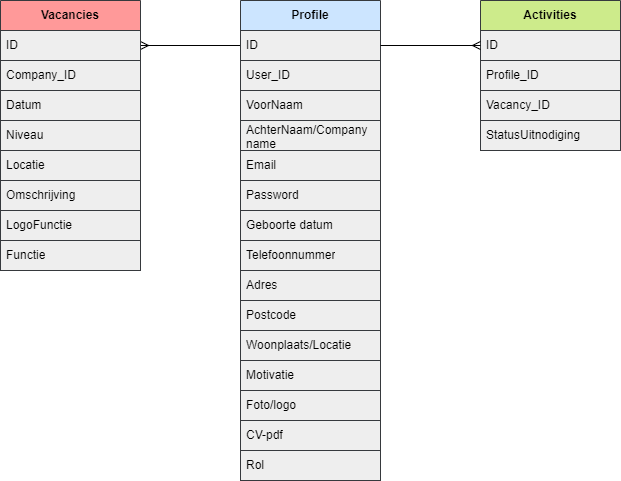
Earlier version of the draw.io export documents/erd/VAC-ERD-Uitgewerkt-gegevensmodel-AS-v3.png (AaronSaya/educom-symfony-1690191754). Source tidied: cells renumbered, new cells last; positions are measured from the earlier drawing's top-left corner, leaving out a move shared by most shapes.
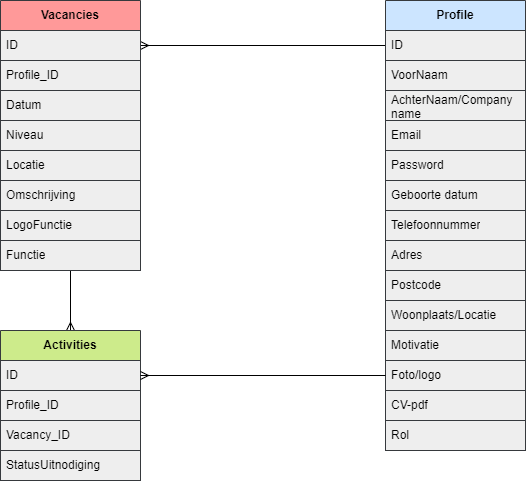
The same file after the commit.

Change to the diagram source:
```diff
@@ -6,60 +6,60 @@
       <mxGeometry relative="1" as="geometry" />
     </mxCell>
     <mxCell id="3" value="Profile" style="swimlane;fontStyle=1;horizontal=1;startSize=30;whiteSpace=wrap;html=1;rounded=0;labelBackgroundColor=none;labelBorderColor=none;fillColor=#cce5ff;strokeColor=#36393d;fontColor=#000000;" parent="1" vertex="1">
-      <mxGeometry x="240" width="140" height="480" as="geometry" />
+      <mxGeometry x="385" width="140" height="450" as="geometry" />
     </mxCell>
     <mxCell id="4" value="ID" style="text;strokeColor=#36393d;fillColor=#eeeeee;align=left;verticalAlign=middle;spacingLeft=4;spacingRight=4;overflow=hidden;points=[[0,0.5],[1,0.5]];portConstraint=eastwest;whiteSpace=wrap;html=1;rounded=0;labelBackgroundColor=none;labelBorderColor=none;fontColor=#000000;" parent="3" vertex="1">
       <mxGeometry y="30" width="140" height="30" as="geometry" />
     </mxCell>
-    <mxCell id="5" value="User_ID" style="text;strokeColor=#36393d;fillColor=#eeeeee;align=left;verticalAlign=middle;spacingLeft=4;spacingRight=4;overflow=hidden;whiteSpace=wrap;html=1;rounded=0;labelBackgroundColor=none;labelBorderColor=none;fontColor=#000000;" parent="3" vertex="1">
-      <mxGeometry y="60" width="140" height="30" as="geometry" />
-    </mxCell>
     <mxCell id="6" value="VoorNaam" style="text;strokeColor=#36393d;fillColor=#eeeeee;align=left;verticalAlign=middle;spacingLeft=4;spacingRight=4;overflow=hidden;whiteSpace=wrap;html=1;rounded=0;labelBackgroundColor=none;labelBorderColor=none;fontColor=#000000;" parent="3" vertex="1">
-      <mxGeometry y="90" width="140" height="30" as="geometry" />
+      <mxGeometry y="60" width="140" height="30" as="geometry" />
     </mxCell>
     <mxCell id="7" value="AchterNaam/Company name" style="text;strokeColor=#36393d;fillColor=#eeeeee;align=left;verticalAlign=middle;spacingLeft=4;spacingRight=4;overflow=hidden;whiteSpace=wrap;html=1;rounded=0;labelBackgroundColor=none;labelBorderColor=none;fontColor=#000000;" parent="3" vertex="1">
-      <mxGeometry y="120" width="140" height="30" as="geometry" />
+      <mxGeometry y="90" width="140" height="30" as="geometry" />
     </mxCell>
     <mxCell id="8" value="Email" style="text;strokeColor=#36393d;fillColor=#eeeeee;align=left;verticalAlign=middle;spacingLeft=4;spacingRight=4;overflow=hidden;whiteSpace=wrap;html=1;rounded=0;labelBackgroundColor=none;labelBorderColor=none;fontColor=#000000;" parent="3" vertex="1">
-      <mxGeometry y="150" width="140" height="30" as="geometry" />
+      <mxGeometry y="120" width="140" height="30" as="geometry" />
     </mxCell>
     <mxCell id="9" value="Password" style="text;strokeColor=#36393d;fillColor=#eeeeee;align=left;verticalAlign=middle;spacingLeft=4;spacingRight=4;overflow=hidden;whiteSpace=wrap;html=1;rounded=0;labelBackgroundColor=none;labelBorderColor=none;fontColor=#000000;" parent="3" vertex="1">
-      <mxGeometry y="180" width="140" height="30" as="geometry" />
+      <mxGeometry y="150" width="140" height="30" as="geometry" />
     </mxCell>
     <mxCell id="10" value="Geboorte datum" style="text;strokeColor=#36393d;fillColor=#eeeeee;align=left;verticalAlign=middle;spacingLeft=4;spacingRight=4;overflow=hidden;whiteSpace=wrap;html=1;rounded=0;labelBackgroundColor=none;labelBorderColor=none;fontColor=#000000;" parent="3" vertex="1">
-      <mxGeometry y="210" width="140" height="30" as="geometry" />
+      <mxGeometry y="180" width="140" height="30" as="geometry" />
     </mxCell>
     <mxCell id="11" value="Telefoonnummer" style="text;strokeColor=#36393d;fillColor=#eeeeee;align=left;verticalAlign=middle;spacingLeft=4;spacingRight=4;overflow=hidden;whiteSpace=wrap;html=1;rounded=0;labelBackgroundColor=none;labelBorderColor=none;fontColor=#000000;" parent="3" vertex="1">
-      <mxGeometry y="240" width="140" height="30" as="geometry" />
+      <mxGeometry y="210" width="140" height="30" as="geometry" />
     </mxCell>
     <mxCell id="12" value="Adres" style="text;strokeColor=#36393d;fillColor=#eeeeee;align=left;verticalAlign=middle;spacingLeft=4;spacingRight=4;overflow=hidden;whiteSpace=wrap;html=1;rounded=0;labelBackgroundColor=none;labelBorderColor=none;fontColor=#000000;" parent="3" vertex="1">
-      <mxGeometry y="270" width="140" height="30" as="geometry" />
+      <mxGeometry y="240" width="140" height="30" as="geometry" />
     </mxCell>
     <mxCell id="13" value="Postcode" style="text;strokeColor=#36393d;fillColor=#eeeeee;align=left;verticalAlign=middle;spacingLeft=4;spacingRight=4;overflow=hidden;whiteSpace=wrap;html=1;rounded=0;labelBackgroundColor=none;labelBorderColor=none;fontColor=#000000;" parent="3" vertex="1">
-      <mxGeometry y="300" width="140" height="30" as="geometry" />
+      <mxGeometry y="270" width="140" height="30" as="geometry" />
     </mxCell>
     <mxCell id="14" value="Woonplaats/Locatie" style="text;strokeColor=#36393d;fillColor=#eeeeee;align=left;verticalAlign=middle;spacingLeft=4;spacingRight=4;overflow=hidden;whiteSpace=wrap;html=1;rounded=0;labelBackgroundColor=none;labelBorderColor=none;fontColor=#000000;" parent="3" vertex="1">
-      <mxGeometry y="330" width="140" height="30" as="geometry" />
+      <mxGeometry y="300" width="140" height="30" as="geometry" />
     </mxCell>
     <mxCell id="15" value="Motivatie" style="text;strokeColor=#36393d;fillColor=#eeeeee;align=left;verticalAlign=middle;spacingLeft=4;spacingRight=4;overflow=hidden;whiteSpace=wrap;html=1;rounded=0;labelBackgroundColor=none;labelBorderColor=none;fontColor=#000000;" parent="3" vertex="1">
-      <mxGeometry y="360" width="140" height="30" as="geometry" />
+      <mxGeometry y="330" width="140" height="30" as="geometry" />
     </mxCell>
     <mxCell id="16" value="Foto/logo" style="text;strokeColor=#36393d;fillColor=#eeeeee;align=left;verticalAlign=middle;spacingLeft=4;spacingRight=4;overflow=hidden;points=[[0,0.5],[1,0.5]];portConstraint=eastwest;whiteSpace=wrap;html=1;rounded=0;labelBackgroundColor=none;labelBorderColor=none;fontColor=#000000;" parent="3" vertex="1">
-      <mxGeometry y="390" width="140" height="30" as="geometry" />
+      <mxGeometry y="360" width="140" height="30" as="geometry" />
     </mxCell>
     <mxCell id="17" value="CV-pdf" style="text;strokeColor=#36393d;fillColor=#eeeeee;align=left;verticalAlign=middle;spacingLeft=4;spacingRight=4;overflow=hidden;whiteSpace=wrap;html=1;rounded=0;labelBackgroundColor=none;labelBorderColor=none;fontColor=#000000;" parent="3" vertex="1">
-      <mxGeometry y="420" width="140" height="30" as="geometry" />
+      <mxGeometry y="390" width="140" height="30" as="geometry" />
     </mxCell>
     <mxCell id="18" value="Rol" style="text;strokeColor=#36393d;fillColor=#eeeeee;align=left;verticalAlign=middle;spacingLeft=4;spacingRight=4;overflow=hidden;whiteSpace=wrap;html=1;rounded=0;labelBackgroundColor=none;labelBorderColor=none;fontColor=#000000;" parent="3" vertex="1">
-      <mxGeometry y="450" width="140" height="30" as="geometry" />
+      <mxGeometry y="420" width="140" height="30" as="geometry" />
     </mxCell>
+    <mxCell id="34" style="edgeStyle=none;html=1;entryX=0.5;entryY=0;entryDx=0;entryDy=0;strokeColor=#000000;endArrow=ERmany;endFill=0;" parent="1" edge="1" source="19" target="28">
+      <mxGeometry relative="1" as="geometry" />
+    </mxCell>
     <mxCell id="19" value="Vacancies" style="swimlane;fontStyle=1;horizontal=1;startSize=30;whiteSpace=wrap;html=1;rounded=0;labelBackgroundColor=none;labelBorderColor=none;fillColor=#FF9999;strokeColor=#36393d;fontColor=#000000;" parent="1" vertex="1">
       <mxGeometry width="140" height="270" as="geometry" />
     </mxCell>
     <mxCell id="20" value="ID" style="text;strokeColor=#36393d;fillColor=#eeeeee;align=left;verticalAlign=middle;spacingLeft=4;spacingRight=4;overflow=hidden;points=[[0,0.5],[1,0.5]];portConstraint=eastwest;whiteSpace=wrap;html=1;rounded=0;labelBackgroundColor=none;labelBorderColor=none;fontColor=#000000;" parent="19" vertex="1">
       <mxGeometry y="30" width="140" height="30" as="geometry" />
     </mxCell>
-    <mxCell id="21" value="Company_ID" style="text;strokeColor=#36393d;fillColor=#eeeeee;align=left;verticalAlign=middle;spacingLeft=4;spacingRight=4;overflow=hidden;whiteSpace=wrap;html=1;rounded=0;labelBackgroundColor=none;labelBorderColor=none;fontColor=#000000;" parent="19" vertex="1">
+    <mxCell id="21" value="Profile_ID" style="text;strokeColor=#36393d;fillColor=#eeeeee;align=left;verticalAlign=middle;spacingLeft=4;spacingRight=4;overflow=hidden;whiteSpace=wrap;html=1;rounded=0;labelBackgroundColor=none;labelBorderColor=none;fontColor=#000000;" parent="19" vertex="1">
       <mxGeometry y="60" width="140" height="30" as="geometry" />
     </mxCell>
     <mxCell id="22" value="Datum" style="text;strokeColor=#36393d;fillColor=#eeeeee;align=left;verticalAlign=middle;spacingLeft=4;spacingRight=4;overflow=hidden;whiteSpace=wrap;html=1;rounded=0;labelBackgroundColor=none;labelBorderColor=none;fontColor=#000000;" parent="19" vertex="1">
@@ -81,7 +81,7 @@
       <mxGeometry y="240" width="140" height="30" as="geometry" />
     </mxCell>
     <mxCell id="28" value="Activities" style="swimlane;fontStyle=1;horizontal=1;startSize=30;whiteSpace=wrap;html=1;rounded=0;labelBackgroundColor=none;labelBorderColor=none;fillColor=#cdeb8b;strokeColor=#36393d;fontColor=#000000;" parent="1" vertex="1">
-      <mxGeometry x="480" width="140" height="150" as="geometry" />
+      <mxGeometry y="330" width="140" height="150" as="geometry" />
     </mxCell>
     <mxCell id="29" value="ID" style="text;strokeColor=#36393d;fillColor=#eeeeee;align=left;verticalAlign=middle;spacingLeft=4;spacingRight=4;overflow=hidden;points=[[0,0.5],[1,0.5]];portConstraint=eastwest;whiteSpace=wrap;html=1;rounded=0;labelBackgroundColor=none;labelBorderColor=none;fontColor=#000000;" parent="28" vertex="1">
       <mxGeometry y="30" width="140" height="30" as="geometry" />
@@ -95,7 +95,7 @@
     <mxCell id="32" value="StatusUitnodiging" style="text;strokeColor=#36393d;fillColor=#eeeeee;align=left;verticalAlign=middle;spacingLeft=4;spacingRight=4;overflow=hidden;whiteSpace=wrap;html=1;rounded=0;labelBackgroundColor=none;labelBorderColor=none;fontColor=#000000;" parent="28" vertex="1">
       <mxGeometry y="120" width="140" height="30" as="geometry" />
     </mxCell>
-    <mxCell id="33" style="edgeStyle=none;html=1;strokeColor=#000000;endArrow=ERmany;endFill=0;" parent="1" edge="1" source="4" target="29">
+    <mxCell id="33" style="edgeStyle=none;html=1;strokeColor=#000000;endArrow=ERmany;endFill=0;exitX=0;exitY=0.5;exitDx=0;exitDy=0;entryX=1;entryY=0.5;entryDx=0;entryDy=0;" parent="1" edge="1" source="16" target="29">
       <mxGeometry relative="1" as="geometry" />
     </mxCell>
   </root>
```
